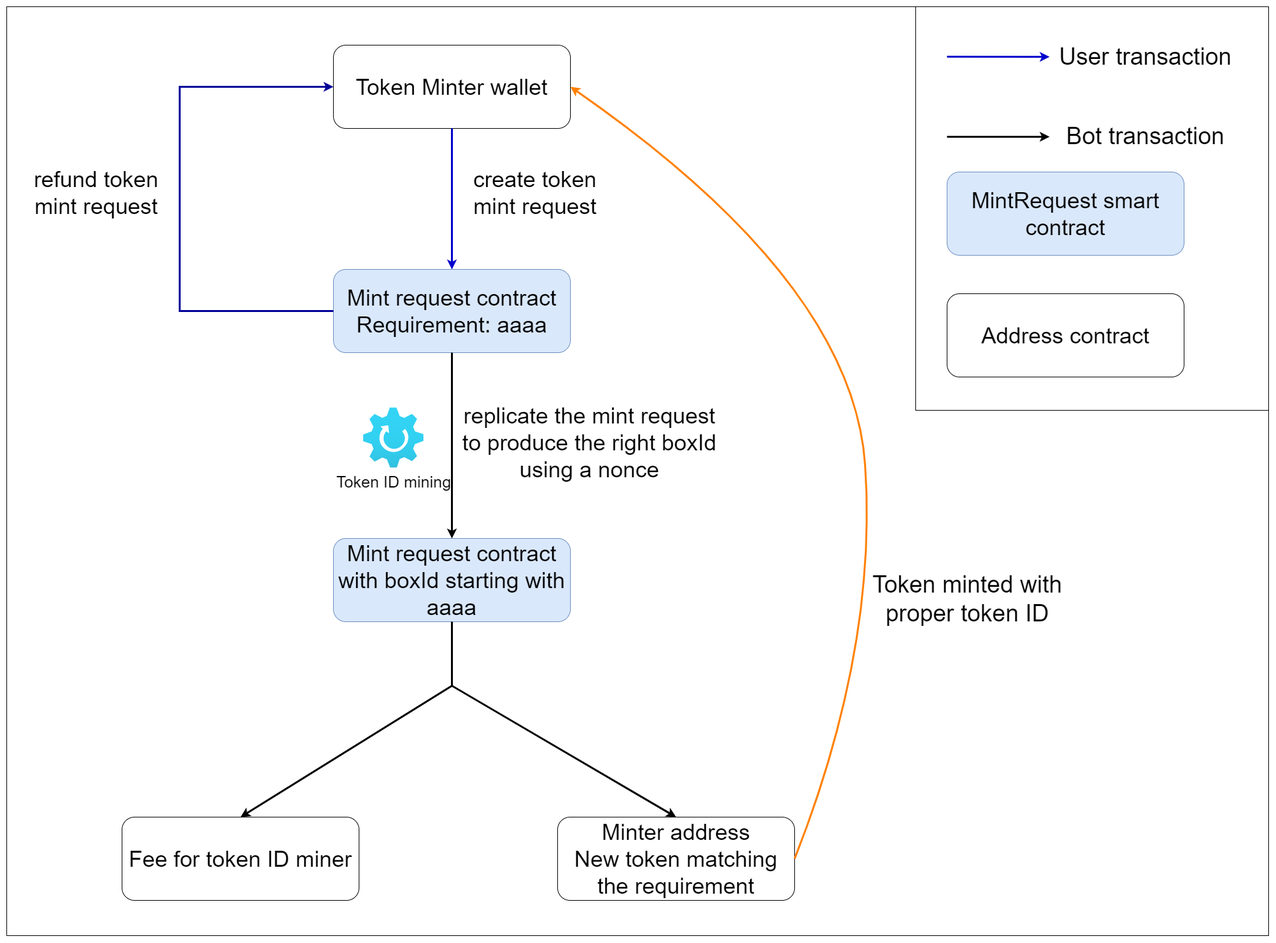
Above: contract/mint_eip4_4char.drawio.png in ThierryM1212/cyti (draw.io), before the change. Source tidied: cells renumbered, new cells last; positions are measured from the earlier drawing's top-left corner, leaving out a move shared by most shapes.
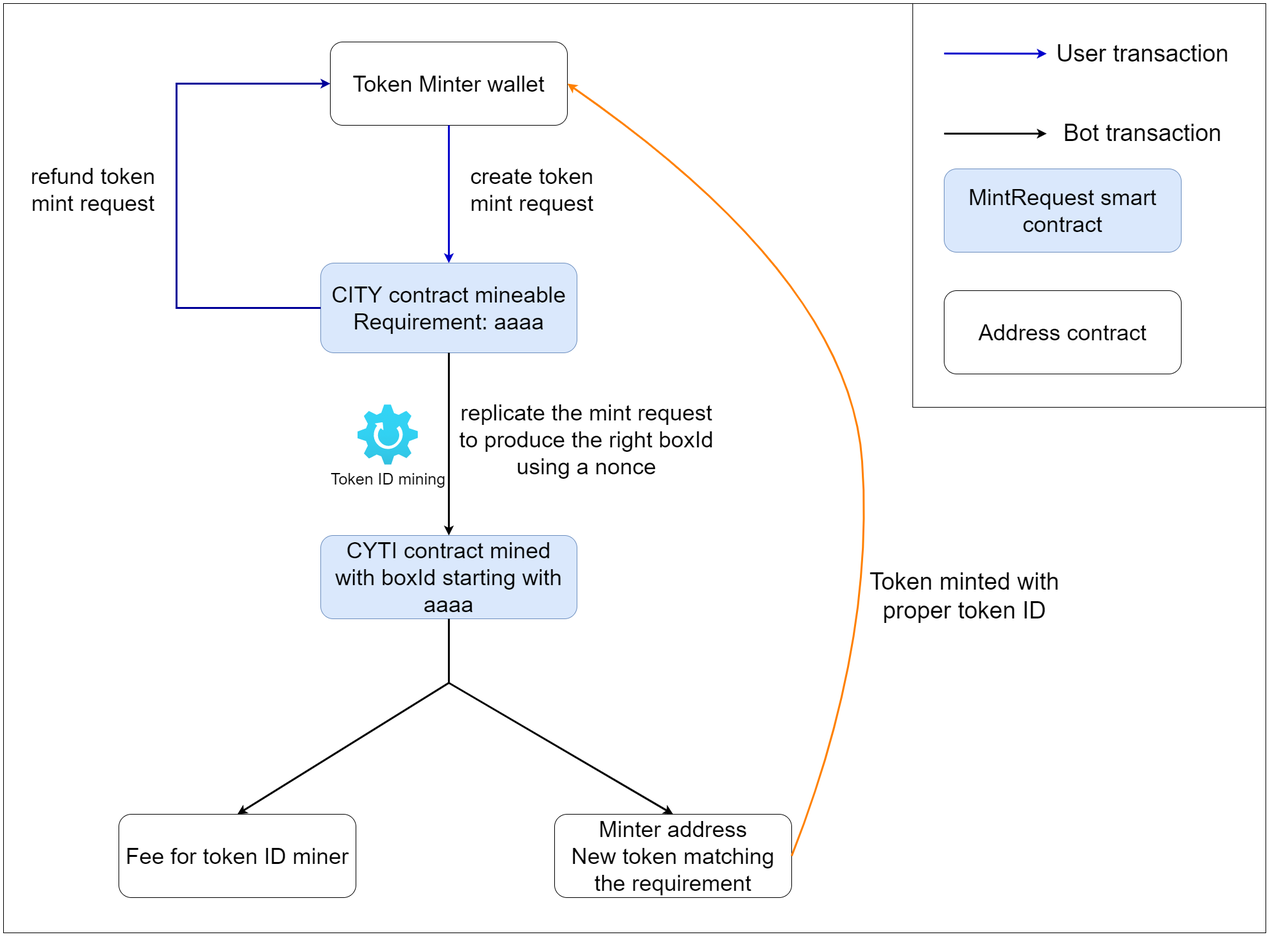
The same file after the commit.

Diff of the diagram source:
```diff
@@ -14,8 +14,8 @@
     <mxCell id="5" style="endArrow=classic;html=1;rounded=0;fontSize=37;exitX=0.5;exitY=1;exitDx=0;exitDy=0;entryX=0.5;entryY=0;entryDx=0;entryDy=0;strokeWidth=3;strokeColor=#0000CC;" parent="1" edge="1" source="4" target="6">
       <mxGeometry relative="1" as="geometry" />
     </mxCell>
-    <mxCell id="6" value="&lt;font style=&quot;font-size: 35px;&quot;&gt;Mint request contract&lt;br&gt;Requirement: aaaa&lt;br&gt;&lt;/font&gt;" style="rounded=1;whiteSpace=wrap;html=1;fillColor=#dae8fc;strokeColor=#6c8ebf;" parent="1" vertex="1">
-      <mxGeometry x="510" y="410" width="370" height="130" as="geometry" />
+    <mxCell id="6" value="&lt;font style=&quot;font-size: 35px;&quot;&gt;CITY contract mineable&lt;br&gt;Requirement: aaaa&lt;br&gt;&lt;/font&gt;" style="rounded=1;whiteSpace=wrap;html=1;fillColor=#dae8fc;strokeColor=#6c8ebf;" parent="1" vertex="1">
+      <mxGeometry x="495" y="405" width="400" height="140" as="geometry" />
     </mxCell>
     <mxCell id="7" style="endArrow=classic;html=1;rounded=0;fontSize=35;exitX=0;exitY=0.5;exitDx=0;exitDy=0;entryX=0;entryY=0.5;entryDx=0;entryDy=0;strokeWidth=3;strokeColor=#000099;" parent="1" edge="1" source="6" target="4">
       <mxGeometry relative="1" as="geometry">
@@ -31,8 +31,8 @@
     <mxCell id="9" value="create token mint request" style="text;html=1;strokeColor=none;fillColor=none;align=center;verticalAlign=middle;whiteSpace=wrap;rounded=0;fontSize=35;" parent="1" vertex="1">
       <mxGeometry x="710" y="250" width="230" height="80" as="geometry" />
     </mxCell>
-    <mxCell id="10" value="&lt;font style=&quot;font-size: 35px;&quot;&gt;Mint request contract&lt;br&gt;with boxId starting with aaaa&lt;br&gt;&lt;/font&gt;" style="rounded=1;whiteSpace=wrap;html=1;fillColor=#dae8fc;strokeColor=#6c8ebf;" parent="1" vertex="1">
-      <mxGeometry x="510" y="830" width="370" height="130" as="geometry" />
+    <mxCell id="10" value="&lt;font style=&quot;font-size: 35px;&quot;&gt;CYTI contract mined&lt;br&gt;with boxId starting with aaaa&lt;br&gt;&lt;/font&gt;" style="rounded=1;whiteSpace=wrap;html=1;fillColor=#dae8fc;strokeColor=#6c8ebf;" parent="1" vertex="1">
+      <mxGeometry x="495" y="830" width="400" height="130" as="geometry" />
     </mxCell>
     <mxCell id="11" style="endArrow=classic;html=1;rounded=0;fontSize=35;exitX=0.5;exitY=1;exitDx=0;exitDy=0;entryX=0.5;entryY=0;entryDx=0;entryDy=0;strokeWidth=3;" parent="1" edge="1" source="6" target="10">
       <mxGeometry relative="1" as="geometry" />
@@ -92,7 +92,7 @@
       </mxGeometry>
     </mxCell>
     <mxCell id="25" value="&lt;font style=&quot;font-size: 25px;&quot;&gt;Token ID mining&lt;/font&gt;" style="html=1;align=center;image;fontSize=12;image=img/lib/azure2/general/Gear.svg;" parent="1" vertex="1">
-      <mxGeometry x="557" y="626" width="94" height="94" as="geometry" />
+      <mxGeometry x="553" y="626" width="94" height="94" as="geometry" />
     </mxCell>
   </root>
 </mxGraphModel>
```
